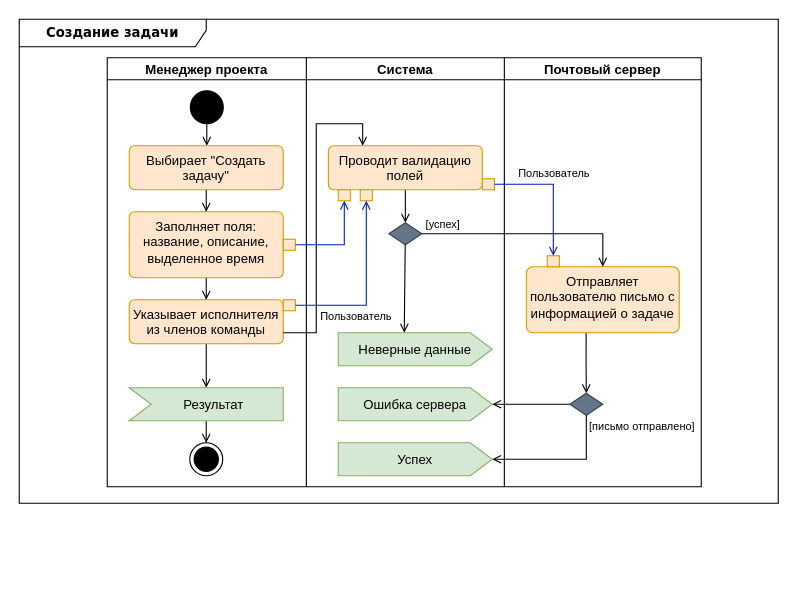
This is docs/raw_diagrams/create_task.drawio from aVorotnikov/thunder_board, a draw.io file, before an edit. Source tidied: cells renumbered, new cells numbered last; positions are measured from the earlier drawing's top-left corner, leaving out a move shared by most shapes. Both pictures are drawn from the tidied source at 110%, with x=0, y=0 at pixel (19, 19).
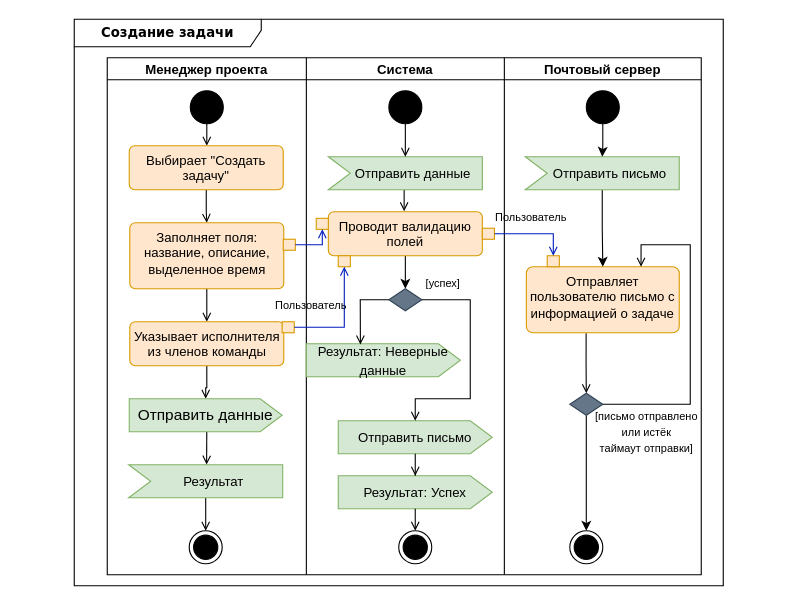
The same diagram, later.

Commit message:
Правки сценария создания задачи

Unchanged cells that the change refers to:
```xml
<mxCell id="34" value="Отправляет пользователю письмо с информацией о задаче" style="whiteSpace=wrap;html=1;verticalAlign=top;rounded=1;arcSize=10;dashed=0;fillColor=#ffe6cc;strokeColor=#d79b00;" parent="32" vertex="1">
  <mxGeometry x="20" y="190" width="139" height="60" as="geometry" />
</mxCell>
<mxCell id="35" style="rounded=0;whiteSpace=wrap;html=1;fillColor=#ffe6cc;strokeColor=#d79b00;" parent="32" vertex="1">
  <mxGeometry x="39" y="180" width="11" height="10" as="geometry" />
</mxCell>
<mxCell id="37" style="rhombus;whiteSpace=wrap;html=1;verticalAlign=top;rounded=0;arcSize=10;dashed=0;fillColor=#647687;fontColor=#ffffff;strokeColor=#314354;" parent="32" vertex="1">
  <mxGeometry x="59.5" y="305" width="30" height="20" as="geometry" />
</mxCell>
```

The edit, as a diff of the source:
```diff
@@
     <mxCell id="2" value="&lt;b&gt;Создание задачи&lt;/b&gt;" style="shape=umlFrame;whiteSpace=wrap;html=1;rounded=1;shadow=0;comic=0;labelBackgroundColor=none;strokeWidth=1;fontFamily=Verdana;fontSize=12;align=center;width=170;height=25;" parent="1" vertex="1">
-      <mxGeometry width="690" height="440" as="geometry" />
+      <mxGeometry x="50" width="590" height="515" as="geometry" />
     </mxCell>
     <mxCell id="3" style="shape=table;childLayout=tableLayout;startSize=0;fillColor=none;" parent="1" vertex="1">
-      <mxGeometry x="80" y="35" width="540" height="390" as="geometry" />
+      <mxGeometry x="80" y="35" width="540" height="470" as="geometry" />
     </mxCell>
     <mxCell id="4" style="shape=tableRow;horizontal=0;swimlaneHead=0;swimlaneBody=0;top=0;left=0;strokeColor=inherit;bottom=0;right=0;fontStyle=0;fillColor=none;startSize=0;" parent="3" vertex="1">
-      <mxGeometry width="540" height="390" as="geometry" />
+      <mxGeometry width="540" height="470" as="geometry" />
     </mxCell>
     <mxCell id="5" value="Менеджер проекта" style="swimlane;swimlaneHead=0;swimlaneBody=0;fontStyle=1;strokeColor=inherit;fillColor=none;startSize=20;" parent="4" vertex="1">
-      <mxGeometry width="181" height="390" as="geometry" />
+      <mxGeometry width="181" height="470" as="geometry" />
     </mxCell>
@@
     <mxCell id="11" value="Заполняет поля: название, описание, выделенное время" style="html=1;align=center;verticalAlign=top;rounded=1;absoluteArcSize=1;arcSize=10;dashed=0;whiteSpace=wrap;fillColor=#ffe6cc;strokeColor=#d79b00;" parent="5" vertex="1">
-      <mxGeometry x="20" y="140" width="140" height="60" as="geometry" />
+      <mxGeometry x="20.5" y="150" width="140" height="60" as="geometry" />
     </mxCell>
-    <mxCell id="12" style="edgeStyle=orthogonalEdgeStyle;rounded=0;jettySize=auto;html=1;endArrow=open;endFill=0;" parent="5" edge="1" source="13" target="17">
-      <mxGeometry relative="1" as="geometry" />
-    </mxCell>
+    <mxCell id="46" style="edgeStyle=orthogonalEdgeStyle;rounded=0;jettySize=auto;html=1;endArrow=open;endFill=0;" parent="5" edge="1" source="13" target="48">
+      <mxGeometry relative="1" as="geometry" />
+    </mxCell>
     <mxCell id="13" value="Указывает исполнителя из членов команды" style="html=1;align=center;verticalAlign=top;rounded=1;absoluteArcSize=1;arcSize=10;dashed=0;whiteSpace=wrap;fillColor=#ffe6cc;strokeColor=#d79b00;" parent="5" vertex="1">
-      <mxGeometry x="20" y="220" width="140" height="40" as="geometry" />
+      <mxGeometry x="20.5" y="240" width="140" height="40" as="geometry" />
     </mxCell>
@@
     <mxCell id="15" style="rounded=0;whiteSpace=wrap;html=1;fillColor=#ffe6cc;strokeColor=#d79b00;" parent="5" vertex="1">
-      <mxGeometry x="160" y="220" width="11" height="10" as="geometry" />
+      <mxGeometry x="159" y="240" width="11" height="10" as="geometry" />
     </mxCell>
-    <mxCell id="16" style="edgeStyle=orthogonalEdgeStyle;rounded=0;jettySize=auto;html=1;endArrow=open;endFill=0;" parent="5" edge="1" source="17" target="18">
-      <mxGeometry relative="1" as="geometry" />
+    <mxCell id="16" style="edgeStyle=orthogonalEdgeStyle;rounded=0;jettySize=auto;html=1;endArrow=open;endFill=0;exitX=0;exitY=0;exitDx=70;exitDy=30;exitPerimeter=0;" parent="5" edge="1" source="17" target="18">
+      <mxGeometry relative="1" as="geometry">
+        <Array as="points">
+          <mxPoint x="90" y="452" />
+          <mxPoint x="90" y="452" />
+        </Array>
+      </mxGeometry>
     </mxCell>
     <mxCell id="17" value="&lt;font style=&quot;font-size: 12px;&quot;&gt;Результат&lt;/font&gt;" style="html=1;shape=mxgraph.infographic.ribbonSimple;notch1=20;notch2=0;align=center;verticalAlign=middle;fontSize=14;fontStyle=0;fillColor=#d5e8d4;flipH=0;spacingRight=0;spacingLeft=14;whiteSpace=wrap;strokeColor=#82b366;" parent="5" vertex="1">
-      <mxGeometry x="20" y="300" width="140" height="30" as="geometry" />
+      <mxGeometry x="19.5" y="370" width="140" height="30" as="geometry" />
     </mxCell>
     <mxCell id="18" style="ellipse;html=1;shape=endState;fillColor=strokeColor;" parent="5" vertex="1">
-      <mxGeometry x="75" y="350" width="30" height="30" as="geometry" />
+      <mxGeometry x="74.5" y="430" width="30" height="30" as="geometry" />
     </mxCell>
+    <mxCell id="47" style="edgeStyle=orthogonalEdgeStyle;rounded=0;jettySize=auto;html=1;exitX=0.507;exitY=0.996;exitDx=0;exitDy=0;exitPerimeter=0;entryX=0.506;entryY=-0.006;entryDx=0;entryDy=0;entryPerimeter=0;endArrow=open;endFill=0;" parent="5" edge="1" source="48" target="17">
+      <mxGeometry relative="1" as="geometry" />
+    </mxCell>
+    <mxCell id="48" value="Отправить данные" style="html=1;shape=mxgraph.infographic.ribbonSimple;notch1=0;notch2=20;align=center;verticalAlign=middle;fontSize=14;fontStyle=0;fillColor=#d5e8d4;whiteSpace=wrap;strokeColor=#82b366;" parent="5" vertex="1">
+      <mxGeometry x="20" y="310" width="139" height="30" as="geometry" />
+    </mxCell>
     <mxCell id="19" value="Система" style="swimlane;swimlaneHead=0;swimlaneBody=0;fontStyle=1;strokeColor=inherit;fillColor=none;startSize=20;" parent="4" vertex="1">
-      <mxGeometry x="181" width="180" height="390" as="geometry" />
+      <mxGeometry x="181" width="180" height="470" as="geometry" />
     </mxCell>
-    <mxCell id="20" style="edgeStyle=orthogonalEdgeStyle;rounded=0;jettySize=auto;html=1;endArrow=open;endFill=0;" parent="19" edge="1" source="21" target="23">
+    <mxCell id="20" style="edgeStyle=orthogonalEdgeStyle;rounded=0;jettySize=auto;html=1;" parent="19" edge="1" source="21" target="23">
       <mxGeometry relative="1" as="geometry" />
     </mxCell>
     <mxCell id="21" value="Проводит валидацию полей" style="html=1;align=center;verticalAlign=top;rounded=1;absoluteArcSize=1;arcSize=10;dashed=0;whiteSpace=wrap;fillColor=#ffe6cc;strokeColor=#d79b00;" parent="19" vertex="1">
-      <mxGeometry x="20" y="80" width="140" height="40" as="geometry" />
+      <mxGeometry x="20" y="140" width="140" height="40" as="geometry" />
     </mxCell>
     <mxCell id="22" style="rounded=0;whiteSpace=wrap;html=1;fillColor=#ffe6cc;strokeColor=#d79b00;" parent="19" vertex="1">
-      <mxGeometry x="29" y="120" width="11" height="10" as="geometry" />
+      <mxGeometry x="9" y="146" width="11" height="10" as="geometry" />
     </mxCell>
     <mxCell id="23" style="rhombus;whiteSpace=wrap;html=1;verticalAlign=top;rounded=0;arcSize=10;dashed=0;fillColor=#647687;fontColor=#ffffff;strokeColor=#314354;" parent="19" vertex="1">
-      <mxGeometry x="75" y="150" width="30" height="20" as="geometry" />
+      <mxGeometry x="75" y="210" width="30" height="20" as="geometry" />
     </mxCell>
-    <mxCell id="24" style="rounded=0;whiteSpace=wrap;html=1;fillColor=#ffe6cc;strokeColor=#d79b00;" parent="19" vertex="1">
-      <mxGeometry x="49" y="120" width="11" height="10" as="geometry" />
-    </mxCell>
     <mxCell id="25" style="rounded=0;whiteSpace=wrap;html=1;fillColor=#ffe6cc;strokeColor=#d79b00;" parent="19" vertex="1">
-      <mxGeometry x="160" y="110" width="11" height="10" as="geometry" />
+      <mxGeometry x="160" y="155" width="11" height="10" as="geometry" />
     </mxCell>
     <mxCell id="26" value="&lt;font style=&quot;font-size: 10px;&quot;&gt;[успех]&lt;/font&gt;" style="text;html=1;align=center;verticalAlign=middle;strokeColor=none;fillColor=none;" parent="19" vertex="1">
-      <mxGeometry x="99" y="136" width="50" height="30" as="geometry" />
+      <mxGeometry x="99" y="190" width="50" height="30" as="geometry" />
     </mxCell>
-    <mxCell id="27" value="&lt;font style=&quot;font-size: 10px;&quot;&gt;Пользователь&lt;/font&gt;" style="text;html=1;align=center;verticalAlign=middle;strokeColor=none;fillColor=none;" parent="19" vertex="1">
-      <mxGeometry y="220" width="90" height="30" as="geometry" />
-    </mxCell>
-    <mxCell id="28" value="&lt;font style=&quot;font-size: 12px;&quot;&gt;Неверные данные&lt;/font&gt;" style="html=1;shape=mxgraph.infographic.ribbonSimple;notch1=0;notch2=20;align=center;verticalAlign=middle;fontSize=14;fontStyle=0;fillColor=#d5e8d4;whiteSpace=wrap;strokeColor=#82b366;" parent="19" vertex="1">
-      <mxGeometry x="29" y="250" width="140" height="30" as="geometry" />
+    <mxCell id="28" value="&lt;font style=&quot;font-size: 12px;&quot;&gt;Результат: Неверные данные&lt;/font&gt;" style="html=1;shape=mxgraph.infographic.ribbonSimple;notch1=0;notch2=20;align=center;verticalAlign=middle;fontSize=14;fontStyle=0;fillColor=#d5e8d4;whiteSpace=wrap;strokeColor=#82b366;" parent="19" vertex="1">
+      <mxGeometry y="260" width="140" height="30" as="geometry" />
     </mxCell>
-    <mxCell id="29" value="&lt;font style=&quot;font-size: 12px;&quot;&gt;Ошибка сервера&lt;/font&gt;" style="html=1;shape=mxgraph.infographic.ribbonSimple;notch1=0;notch2=20;align=center;verticalAlign=middle;fontSize=14;fontStyle=0;fillColor=#d5e8d4;whiteSpace=wrap;strokeColor=#82b366;" parent="19" vertex="1">
-      <mxGeometry x="29" y="300" width="140" height="30" as="geometry" />
-    </mxCell>
-    <mxCell id="30" value="&lt;font style=&quot;font-size: 12px;&quot;&gt;Успех&lt;/font&gt;" style="html=1;shape=mxgraph.infographic.ribbonSimple;notch1=0;notch2=20;align=center;verticalAlign=middle;fontSize=14;fontStyle=0;fillColor=#d5e8d4;whiteSpace=wrap;strokeColor=#82b366;" parent="19" vertex="1">
-      <mxGeometry x="29" y="350" width="140" height="30" as="geometry" />
+    <mxCell id="30" value="&lt;font style=&quot;font-size: 12px;&quot;&gt;Отправить письмо&lt;/font&gt;" style="html=1;shape=mxgraph.infographic.ribbonSimple;notch1=0;notch2=20;align=center;verticalAlign=middle;fontSize=14;fontStyle=0;fillColor=#d5e8d4;whiteSpace=wrap;strokeColor=#82b366;" parent="19" vertex="1">
+      <mxGeometry x="29" y="330" width="140" height="30" as="geometry" />
     </mxCell>
-    <mxCell id="31" style="endArrow=open;html=1;rounded=0;entryX=0;entryY=0;entryDx=60;entryDy=0;entryPerimeter=0;endFill=0;" parent="19" edge="1" source="23" target="28">
-      <mxGeometry relative="1" as="geometry" />
+    <mxCell id="31" style="endArrow=open;html=1;rounded=0;entryX=0.351;entryY=0.024;entryDx=0;entryDy=0;entryPerimeter=0;endFill=0;exitX=0;exitY=0.5;exitDx=0;exitDy=0;" parent="19" edge="1" source="23" target="28">
+      <mxGeometry relative="1" as="geometry">
+        <Array as="points">
+          <mxPoint x="49" y="220" />
+        </Array>
+      </mxGeometry>
     </mxCell>
+    <mxCell id="49" style="ellipse;fillColor=strokeColor;html=1;" parent="19" vertex="1">
+      <mxGeometry x="75" y="30" width="30" height="30" as="geometry" />
+    </mxCell>
+    <mxCell id="24" style="rounded=0;whiteSpace=wrap;html=1;fillColor=#ffe6cc;strokeColor=#d79b00;" parent="19" vertex="1">
+      <mxGeometry x="29" y="180" width="11" height="10" as="geometry" />
+    </mxCell>
+    <mxCell id="42" style="edgeStyle=orthogonalEdgeStyle;rounded=0;jettySize=auto;html=1;endArrow=open;endFill=0;exitX=1;exitY=0.5;exitDx=0;exitDy=0;" parent="19" edge="1" source="23">
+      <mxGeometry relative="1" as="geometry">
+        <mxPoint x="99" y="330" as="targetPoint" />
+        <Array as="points">
+          <mxPoint x="149" y="220" />
+          <mxPoint x="149" y="310" />
+          <mxPoint x="99" y="310" />
+          <mxPoint x="99" y="330" />
+        </Array>
+      </mxGeometry>
+    </mxCell>
+    <mxCell id="50" style="ellipse;html=1;shape=endState;fillColor=strokeColor;" parent="19" vertex="1">
+      <mxGeometry x="84" y="430" width="30" height="30" as="geometry" />
+    </mxCell>
     <mxCell id="32" value="Почтовый сервер" style="swimlane;swimlaneHead=0;swimlaneBody=0;fontStyle=1;strokeColor=inherit;fillColor=none;startSize=20;" parent="4" vertex="1">
-      <mxGeometry x="361" width="179" height="390" as="geometry" />
+      <mxGeometry x="361" width="179" height="470" as="geometry" />
     </mxCell>
@@
     <mxCell id="36" value="&lt;font style=&quot;font-size: 10px;&quot;&gt;Пользователь&lt;/font&gt;" style="text;html=1;align=center;verticalAlign=middle;strokeColor=none;fillColor=none;" parent="32" vertex="1">
-      <mxGeometry x="-0.5" y="90" width="90" height="30" as="geometry" />
+      <mxGeometry x="-21" y="130" width="90" height="30" as="geometry" />
     </mxCell>
+    <mxCell id="51" style="edgeStyle=orthogonalEdgeStyle;rounded=0;jettySize=auto;html=1;" parent="32" edge="1" source="37" target="55">
+      <mxGeometry relative="1" as="geometry" />
+    </mxCell>
+    <mxCell id="52" style="edgeStyle=orthogonalEdgeStyle;rounded=0;jettySize=auto;html=1;entryX=0.75;entryY=0;entryDx=0;entryDy=0;endArrow=open;endFill=0;" parent="32" edge="1" source="37" target="34">
+      <mxGeometry relative="1" as="geometry">
+        <Array as="points">
+          <mxPoint x="169" y="315" />
+          <mxPoint x="169" y="170" />
+          <mxPoint x="124" y="170" />
+        </Array>
+      </mxGeometry>
+    </mxCell>
@@
-    <mxCell id="38" value="&lt;span style=&quot;font-size: 10px;&quot;&gt;[письмо отправлено]&lt;/span&gt;" style="text;html=1;align=center;verticalAlign=middle;strokeColor=none;fillColor=none;" parent="32" vertex="1">
-      <mxGeometry x="65" y="320" width="120" height="30" as="geometry" />
+    <mxCell id="38" value="&lt;span style=&quot;font-size: 10px;&quot;&gt;[письмо отправлено &lt;br&gt;или истёк &lt;br&gt;таймаут отправки]&lt;/span&gt;" style="text;html=1;align=center;verticalAlign=middle;strokeColor=none;fillColor=none;" parent="32" vertex="1">
+      <mxGeometry x="69" y="310" width="120" height="60" as="geometry" />
     </mxCell>
-    <mxCell id="39" style="edgeStyle=orthogonalEdgeStyle;rounded=0;jettySize=auto;html=1;exitX=1;exitY=0.75;exitDx=0;exitDy=0;entryX=0.223;entryY=-0.002;entryDx=0;entryDy=0;entryPerimeter=0;endArrow=open;endFill=0;" parent="4" edge="1" source="13" target="21">
-      <mxGeometry relative="1" as="geometry">
-        <Array as="points">
-          <mxPoint x="190" y="250" />
-          <mxPoint x="190" y="60" />
-          <mxPoint x="232" y="60" />
-        </Array>
-      </mxGeometry>
-    </mxCell>
+    <mxCell id="53" style="edgeStyle=orthogonalEdgeStyle;rounded=0;jettySize=auto;html=1;" parent="32" edge="1" source="54" target="34">
+      <mxGeometry relative="1" as="geometry" />
+    </mxCell>
+    <mxCell id="54" value="&lt;font style=&quot;font-size: 12px;&quot;&gt;Отправить письмо&lt;/font&gt;" style="html=1;shape=mxgraph.infographic.ribbonSimple;notch1=20;notch2=0;align=center;verticalAlign=middle;fontSize=14;fontStyle=0;fillColor=#d5e8d4;flipH=0;spacingRight=0;spacingLeft=14;whiteSpace=wrap;strokeColor=#82b366;" parent="32" vertex="1">
+      <mxGeometry x="19" y="90" width="140" height="30" as="geometry" />
+    </mxCell>
+    <mxCell id="55" style="ellipse;html=1;shape=endState;fillColor=strokeColor;" parent="32" vertex="1">
+      <mxGeometry x="59.5" y="430" width="30" height="30" as="geometry" />
+    </mxCell>
+    <mxCell id="56" style="ellipse;fillColor=strokeColor;html=1;" parent="32" vertex="1">
+      <mxGeometry x="74.5" y="30" width="30" height="30" as="geometry" />
+    </mxCell>
+    <mxCell id="57" style="edgeStyle=orthogonalEdgeStyle;rounded=0;jettySize=auto;html=1;" parent="32" edge="1" source="56" target="54">
+      <mxGeometry relative="1" as="geometry" />
+    </mxCell>
@@
+    <mxCell id="43" style="edgeStyle=orthogonalEdgeStyle;rounded=0;jettySize=auto;html=1;exitX=1;exitY=0.5;exitDx=0;exitDy=0;entryX=0.5;entryY=0;entryDx=0;entryDy=0;fillColor=#0050ef;strokeColor=#001DBC;endArrow=open;endFill=0;" parent="4" edge="1" source="25" target="35">
+      <mxGeometry relative="1" as="geometry" />
+    </mxCell>
-    <mxCell id="41" style="edgeStyle=orthogonalEdgeStyle;rounded=0;jettySize=auto;html=1;exitX=1;exitY=0.5;exitDx=0;exitDy=0;entryX=0.5;entryY=1;entryDx=0;entryDy=0;fillColor=#0050ef;strokeColor=#001DBC;endArrow=open;endFill=0;" parent="4" edge="1" source="15" target="24">
+    <mxCell id="41" style="edgeStyle=orthogonalEdgeStyle;rounded=0;jettySize=auto;html=1;entryX=0.5;entryY=1;entryDx=0;entryDy=0;fillColor=#0050ef;strokeColor=#001DBC;endArrow=open;endFill=0;exitX=1;exitY=0.5;exitDx=0;exitDy=0;" parent="4" edge="1" source="15" target="24">
       <mxGeometry relative="1" as="geometry" />
     </mxCell>
-    <mxCell id="42" style="edgeStyle=orthogonalEdgeStyle;rounded=0;jettySize=auto;html=1;endArrow=open;endFill=0;" parent="4" edge="1" source="23" target="34">
-      <mxGeometry relative="1" as="geometry" />
-    </mxCell>
-    <mxCell id="43" style="edgeStyle=orthogonalEdgeStyle;rounded=0;jettySize=auto;html=1;exitX=1;exitY=0.5;exitDx=0;exitDy=0;entryX=0.5;entryY=0;entryDx=0;entryDy=0;fillColor=#0050ef;strokeColor=#001DBC;endArrow=open;endFill=0;" parent="4" edge="1" source="25" target="35">
-      <mxGeometry relative="1" as="geometry" />
-    </mxCell>
-    <mxCell id="44" style="edgeStyle=orthogonalEdgeStyle;rounded=0;jettySize=auto;html=1;exitX=0;exitY=0.5;exitDx=0;exitDy=0;endArrow=open;endFill=0;" parent="4" edge="1" source="37" target="29">
-      <mxGeometry relative="1" as="geometry" />
-    </mxCell>
-    <mxCell id="45" style="edgeStyle=orthogonalEdgeStyle;rounded=0;jettySize=auto;html=1;exitX=0.5;exitY=1;exitDx=0;exitDy=0;entryX=1;entryY=0.5;entryDx=0;entryDy=0;entryPerimeter=0;endArrow=open;endFill=0;" parent="4" edge="1" source="37" target="30">
-      <mxGeometry relative="1" as="geometry" />
-    </mxCell>
+    <mxCell id="27" value="&lt;font style=&quot;font-size: 10px;&quot;&gt;Пользователь&lt;/font&gt;" style="text;html=1;align=center;verticalAlign=middle;strokeColor=none;fillColor=none;" parent="1" vertex="1">
+      <mxGeometry x="220" y="245" width="90" height="30" as="geometry" />
+    </mxCell>
+    <mxCell id="58" style="edgeStyle=orthogonalEdgeStyle;rounded=0;jettySize=auto;html=1;entryX=0.492;entryY=-0.013;entryDx=0;entryDy=0;entryPerimeter=0;endArrow=open;endFill=0;" parent="1" edge="1" source="59" target="21">
+      <mxGeometry relative="1" as="geometry">
+        <Array as="points">
+          <mxPoint x="350" y="165" />
+        </Array>
+      </mxGeometry>
+    </mxCell>
+    <mxCell id="59" value="&lt;font style=&quot;font-size: 12px;&quot;&gt;Отправить данные&lt;/font&gt;" style="html=1;shape=mxgraph.infographic.ribbonSimple;notch1=20;notch2=0;align=center;verticalAlign=middle;fontSize=14;fontStyle=0;fillColor=#d5e8d4;flipH=0;spacingRight=0;spacingLeft=14;whiteSpace=wrap;strokeColor=#82b366;" parent="1" vertex="1">
+      <mxGeometry x="281" y="125" width="140" height="30" as="geometry" />
+    </mxCell>
+    <mxCell id="60" style="edgeStyle=orthogonalEdgeStyle;rounded=0;jettySize=auto;html=1;entryX=0;entryY=0;entryDx=70;entryDy=0;entryPerimeter=0;endArrow=open;endFill=0;" parent="1" edge="1" source="49" target="59">
+      <mxGeometry relative="1" as="geometry" />
+    </mxCell>
+    <mxCell id="61" value="&lt;font style=&quot;font-size: 12px;&quot;&gt;Результат: Успех&lt;/font&gt;" style="html=1;shape=mxgraph.infographic.ribbonSimple;notch1=0;notch2=20;align=center;verticalAlign=middle;fontSize=14;fontStyle=0;fillColor=#d5e8d4;whiteSpace=wrap;strokeColor=#82b366;" parent="1" vertex="1">
+      <mxGeometry x="290" y="415" width="140" height="30" as="geometry" />
+    </mxCell>
+    <mxCell id="62" style="edgeStyle=orthogonalEdgeStyle;rounded=0;jettySize=auto;html=1;endArrow=open;endFill=0;" parent="1" edge="1" source="30" target="61">
+      <mxGeometry relative="1" as="geometry" />
+    </mxCell>
+    <mxCell id="63" style="endArrow=open;html=1;rounded=0;endFill=0;" parent="1" edge="1" source="61" target="50">
+      <mxGeometry relative="1" as="geometry" />
+    </mxCell>
```
